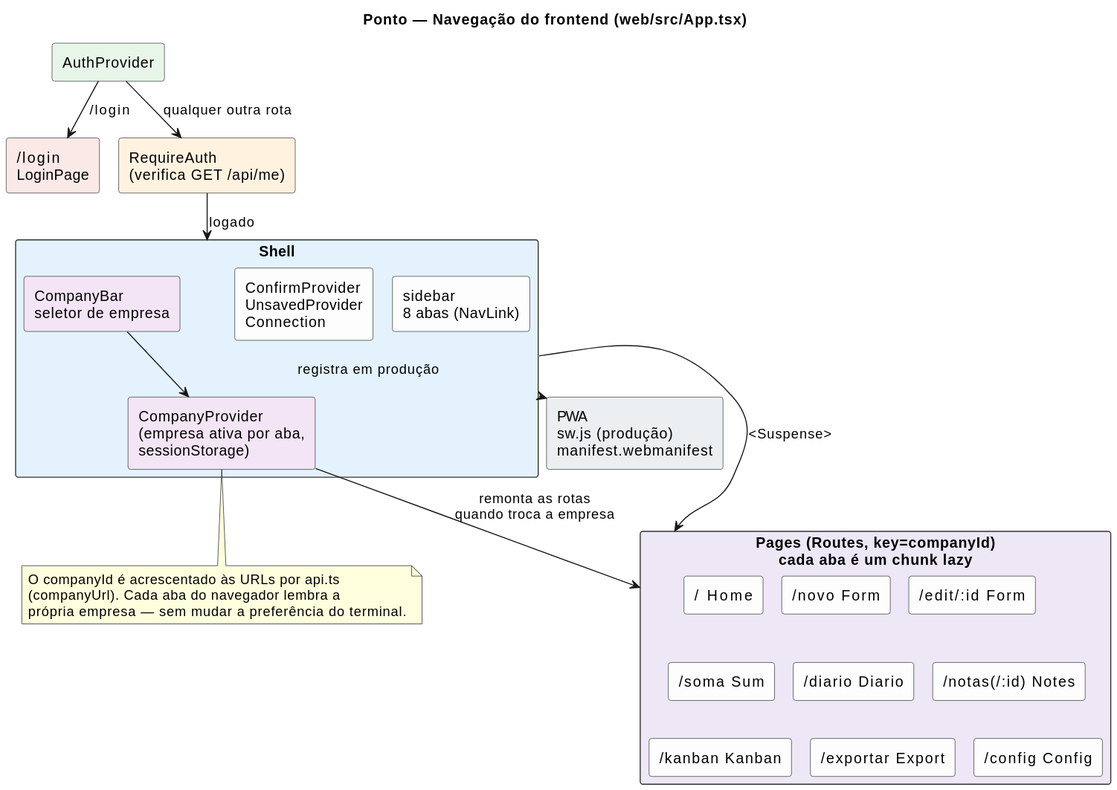
This is docs/diagramas/img/frontend-navegacao.svg from thiagohmm/ponto, a PlantUML export, as it was before one commit.
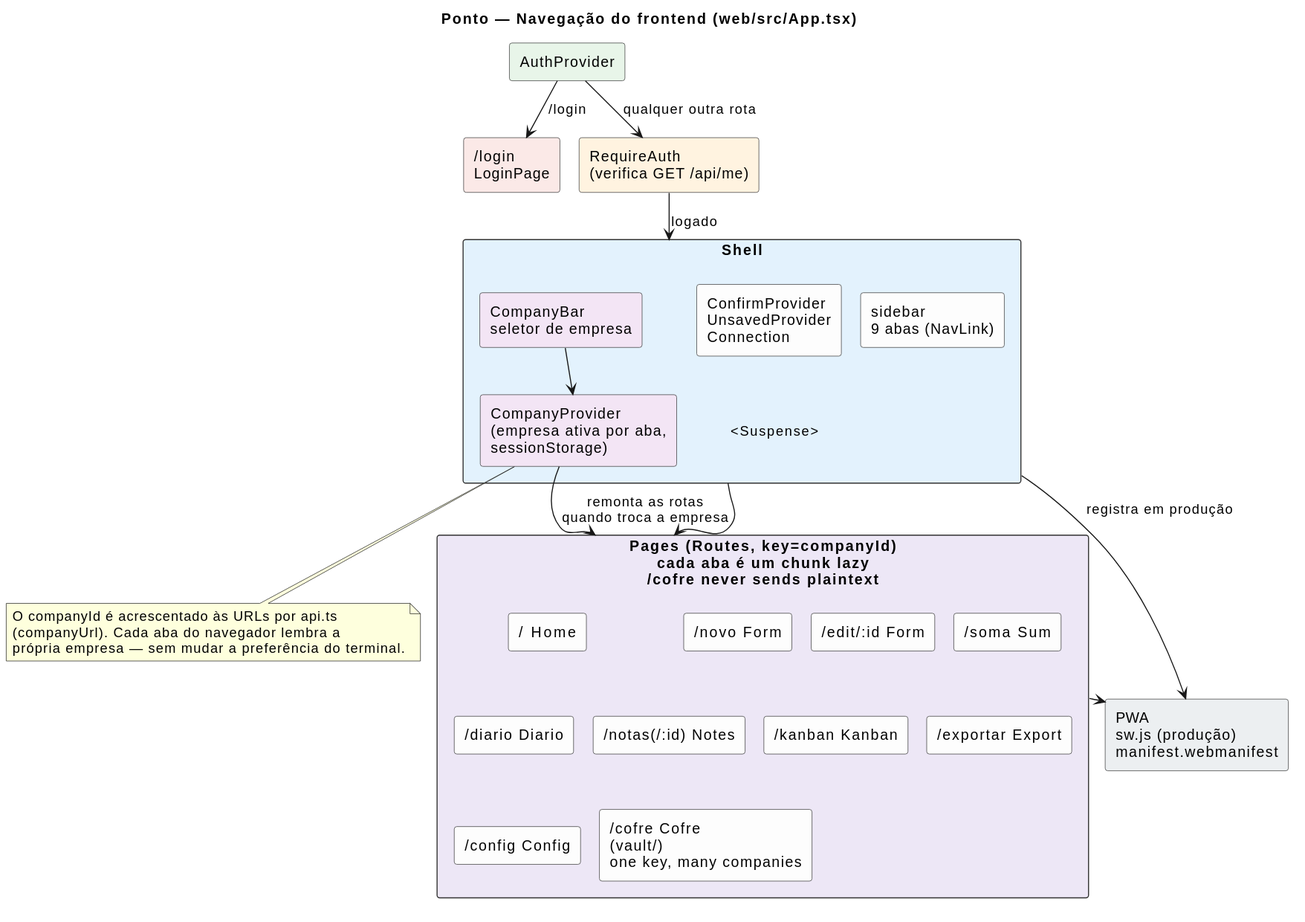
The same diagram one commit later.

The edit, as a diff of the source:
```diff
@@ -1,5 +1,4 @@
 @startuml
-!pragma layout smetana
 title Ponto — Navegação do frontend (web/src/App.tsx)
 
 skinparam shadowing false
@@ -14,13 +13,13 @@
 rectangle "RequireAuth\n(verifica GET /api/me)" as guard #FFF3E0
 
 rectangle "Shell" as shell #E3F2FD {
-  rectangle "sidebar\n8 abas (NavLink)" as nav
+  rectangle "sidebar\n9 abas (NavLink)" as nav
   rectangle "ConfirmProvider\nUnsavedProvider\nConnection" as ctx
   rectangle "CompanyProvider\n(empresa ativa por aba,\nsessionStorage)" as company #F3E5F5
   rectangle "CompanyBar\nseletor de empresa" as bar #F3E5F5
 }
 
-rectangle "Pages (Routes, key=companyId)\ncada aba é um chunk lazy" as pages #EDE7F6 {
+rectangle "Pages (Routes, key=companyId)\ncada aba é um chunk lazy\n/cofre never sends plaintext" as pages #EDE7F6 {
   rectangle "/  Home" as r1
   rectangle "/novo  Form" as r2
   rectangle "/edit/:id  Form" as r3
@@ -30,6 +29,7 @@
   rectangle "/kanban  Kanban" as r7
   rectangle "/exportar  Export" as r8
   rectangle "/config  Config" as r9
+  rectangle "/cofre  Cofre\n(vault/)\none key, many companies" as r10
 }
 
 rectangle "PWA\nsw.js (produção)\nmanifest.webmanifest" as pwa #ECEFF1
@@ -40,6 +40,7 @@
 shell --> pages : <Suspense>
 company --> pages : remonta as rotas\nquando troca a empresa
 bar --> company
+pages --> pwa
 shell --> pwa : registra em produção
 
 note bottom of company
```
